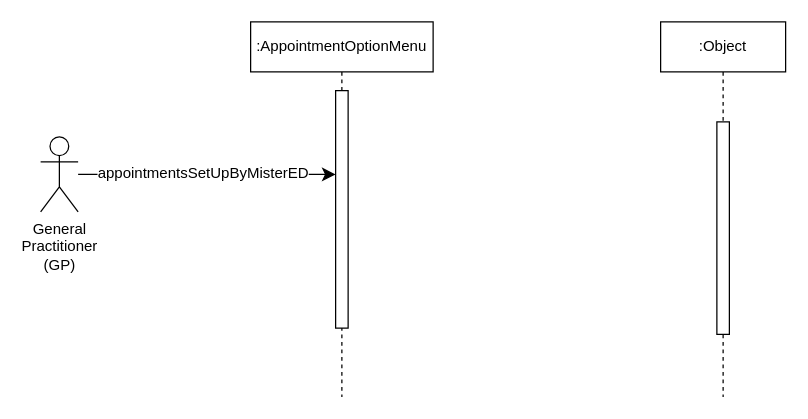
This is AmirWork/M2/GP_SequenceDiagram.drawio from SENG-350-2024-fall/Team9, a draw.io file, before an edit. Source tidied: cells renumbered, new cells numbered last; positions are measured from the earlier drawing's top-left corner, leaving out a move shared by most shapes. Both pictures are drawn from the tidied source at 125%, with x=0, y=0 at pixel (40, 21).
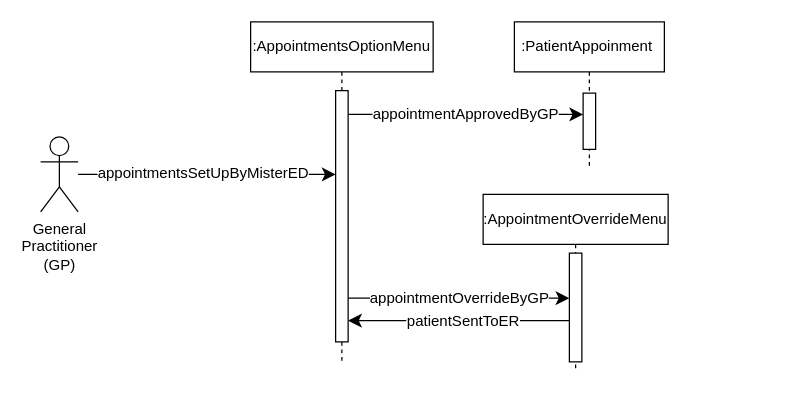
The same page after the edit.

What changed in the source:
```diff
@@
 <mxGraphModel background="#ffffff">
   <root>
     <mxCell id="0" />
     <mxCell id="1" parent="0" />
-    <mxCell id="2" value=":AppointmentOptionMenu" style="shape=umlLifeline;perimeter=lifelinePerimeter;whiteSpace=wrap;html=1;newEdgeStyle={&quot;edgeStyle&quot;:&quot;elbowEdgeStyle&quot;,&quot;elbow&quot;:&quot;vertical&quot;,&quot;curved&quot;:0,&quot;rounded&quot;:0};" parent="1" vertex="1">
-      <mxGeometry x="168" width="146" height="300" as="geometry" />
+    <mxCell id="2" value=":AppointmentsOptionMenu" style="shape=umlLifeline;perimeter=lifelinePerimeter;whiteSpace=wrap;html=1;newEdgeStyle={&quot;edgeStyle&quot;:&quot;elbowEdgeStyle&quot;,&quot;elbow&quot;:&quot;vertical&quot;,&quot;curved&quot;:0,&quot;rounded&quot;:0};" parent="1" vertex="1">
+      <mxGeometry x="168" width="146" height="274" as="geometry" />
     </mxCell>
     <mxCell id="3" style="html=1;points=[];perimeter=orthogonalPerimeter;outlineConnect=0;targetShapes=umlLifeline;portConstraint=eastwest;newEdgeStyle={&quot;edgeStyle&quot;:&quot;elbowEdgeStyle&quot;,&quot;elbow&quot;:&quot;vertical&quot;,&quot;curved&quot;:0,&quot;rounded&quot;:0};" parent="2" vertex="1">
-      <mxGeometry x="68" y="55" width="10" height="190" as="geometry" />
+      <mxGeometry x="68" y="55" width="10" height="201" as="geometry" />
     </mxCell>
-    <mxCell id="4" value=":Object" style="shape=umlLifeline;perimeter=lifelinePerimeter;whiteSpace=wrap;html=1;newEdgeStyle={&quot;edgeStyle&quot;:&quot;elbowEdgeStyle&quot;,&quot;elbow&quot;:&quot;vertical&quot;,&quot;curved&quot;:0,&quot;rounded&quot;:0};" parent="1" vertex="1">
-      <mxGeometry x="496" width="100" height="300" as="geometry" />
+    <mxCell id="4" value=":PatientAppoinment&amp;nbsp;" style="shape=umlLifeline;perimeter=lifelinePerimeter;whiteSpace=wrap;html=1;newEdgeStyle={&quot;edgeStyle&quot;:&quot;elbowEdgeStyle&quot;,&quot;elbow&quot;:&quot;vertical&quot;,&quot;curved&quot;:0,&quot;rounded&quot;:0};" parent="1" vertex="1">
+      <mxGeometry x="379" width="120" height="115" as="geometry" />
     </mxCell>
     <mxCell id="5" style="html=1;points=[];perimeter=orthogonalPerimeter;outlineConnect=0;targetShapes=umlLifeline;portConstraint=eastwest;newEdgeStyle={&quot;edgeStyle&quot;:&quot;elbowEdgeStyle&quot;,&quot;elbow&quot;:&quot;vertical&quot;,&quot;curved&quot;:0,&quot;rounded&quot;:0};" parent="4" vertex="1">
-      <mxGeometry x="45" y="80" width="10" height="170" as="geometry" />
+      <mxGeometry x="55" y="57" width="10" height="45" as="geometry" />
     </mxCell>
     <mxCell id="6" value="appointmentsSetUpByMisterED" style="edgeStyle=none;curved=1;rounded=0;jettySize=auto;html=1;fontSize=12;startSize=8;endSize=8;" parent="1" edge="1" source="7" target="3">
       <mxGeometry x="-0.03" y="1" relative="1" as="geometry" />
     </mxCell>
     <mxCell id="7" value="&lt;span style=&quot;font-size: 12px;&quot;&gt;General&lt;/span&gt;&lt;div&gt;&lt;span style=&quot;font-size: 12px;&quot;&gt;Practitioner&lt;/span&gt;&lt;br&gt;&lt;/div&gt;&lt;div&gt;&lt;span style=&quot;font-size: 12px;&quot;&gt;(GP)&lt;/span&gt;&lt;/div&gt;" style="shape=umlActor;verticalLabelPosition=bottom;verticalAlign=top;html=1;outlineConnect=0;" parent="1" vertex="1">
       <mxGeometry y="92" width="30" height="60" as="geometry" />
     </mxCell>
+    <mxCell id="8" value=":AppointmentOverrideMenu" style="shape=umlLifeline;perimeter=lifelinePerimeter;whiteSpace=wrap;html=1;newEdgeStyle={&quot;edgeStyle&quot;:&quot;elbowEdgeStyle&quot;,&quot;elbow&quot;:&quot;vertical&quot;,&quot;curved&quot;:0,&quot;rounded&quot;:0};" parent="1" vertex="1">
+      <mxGeometry x="354" y="138" width="148" height="142" as="geometry" />
+    </mxCell>
+    <mxCell id="9" style="html=1;points=[];perimeter=orthogonalPerimeter;outlineConnect=0;targetShapes=umlLifeline;portConstraint=eastwest;newEdgeStyle={&quot;edgeStyle&quot;:&quot;elbowEdgeStyle&quot;,&quot;elbow&quot;:&quot;vertical&quot;,&quot;curved&quot;:0,&quot;rounded&quot;:0};" parent="8" vertex="1">
+      <mxGeometry x="69" y="47" width="10" height="87" as="geometry" />
+    </mxCell>
+    <mxCell id="10" value="appointmentOverrideByGP" style="edgeStyle=elbowEdgeStyle;curved=0;rounded=0;jettySize=auto;html=1;elbow=vertical;fontSize=12;startSize=8;endSize=8;" parent="1" edge="1" source="3" target="9">
+      <mxGeometry relative="1" as="geometry" />
+    </mxCell>
+    <mxCell id="11" style="edgeStyle=elbowEdgeStyle;curved=0;rounded=0;jettySize=auto;html=1;elbow=vertical;fontSize=12;startSize=8;endSize=8;" parent="1" edge="1" source="9" target="3">
+      <mxGeometry relative="1" as="geometry">
+        <Array as="points">
+          <mxPoint x="318" y="239" />
+        </Array>
+      </mxGeometry>
+    </mxCell>
+    <mxCell id="12" value="patientSentToER" style="edgeLabel;html=1;align=center;verticalAlign=middle;fontSize=12;" parent="11" vertex="1">
+      <mxGeometry x="-0.24" relative="1" as="geometry">
+        <mxPoint x="-19" as="offset" />
+      </mxGeometry>
+    </mxCell>
+    <mxCell id="13" value="appointmentApprovedByGP" style="edgeStyle=elbowEdgeStyle;curved=0;rounded=0;jettySize=auto;html=1;elbow=vertical;fontSize=12;startSize=8;endSize=8;" parent="1" edge="1" source="3" target="5">
+      <mxGeometry relative="1" as="geometry">
+        <Array as="points">
+          <mxPoint x="370" y="74" />
+        </Array>
+      </mxGeometry>
+    </mxCell>
   </root>
 </mxGraphModel>
```
